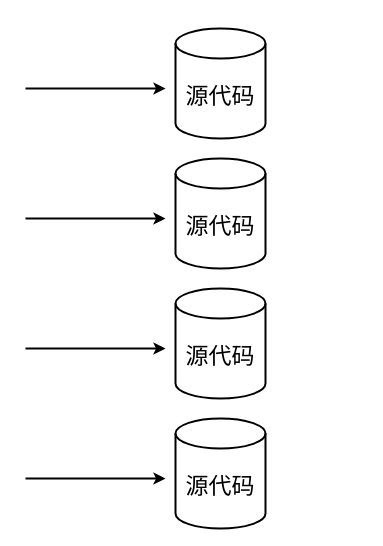
LovenSar/- keeps this draw.io diagram as 软件业务流程图.drawio. Above is the earlier version. Source tidied: cells renumbered, new cells numbered last; positions are measured from the earlier drawing's top-left corner, leaving out a move shared by most shapes. Both pictures are drawn from the tidied source at 100%, with x=0, y=0 at pixel (25, 28).
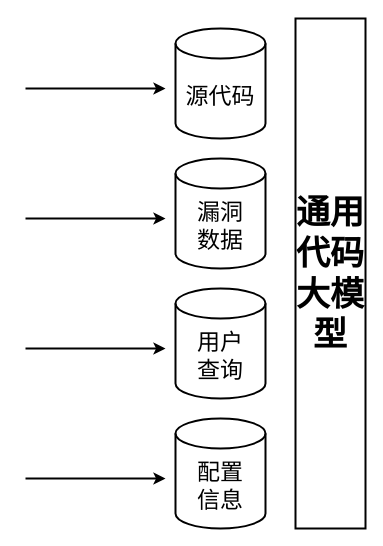
The same page after the edit.

Commit message (it also covers changes not shown here):
更新软件业务流程图.drawio

Change to the diagram source:
```diff
@@
 <mxGraphModel>
   <root>
     <mxCell id="0" />
     <mxCell id="1" parent="0" />
     <mxCell id="2" value="源代码" style="shape=cylinder3;whiteSpace=wrap;html=1;boundedLbl=1;backgroundOutline=1;size=15;strokeWidth=2;fontFamily=宋体;fontSize=23;" parent="1" vertex="1">
       <mxGeometry x="150" width="90" height="110" as="geometry" />
     </mxCell>
     <mxCell id="3" style="endArrow=classic;html=1;rounded=0;strokeWidth=2;" parent="1" edge="1">
       <mxGeometry relative="1" as="geometry">
         <mxPoint y="60" as="sourcePoint" />
         <mxPoint x="140" y="60" as="targetPoint" />
       </mxGeometry>
     </mxCell>
-    <mxCell id="4" value="源代码" style="shape=cylinder3;whiteSpace=wrap;html=1;boundedLbl=1;backgroundOutline=1;size=15;strokeWidth=2;fontFamily=宋体;fontSize=23;" parent="1" vertex="1">
+    <mxCell id="4" value="漏洞&lt;div&gt;数据&lt;/div&gt;" style="shape=cylinder3;whiteSpace=wrap;html=1;boundedLbl=1;backgroundOutline=1;size=15;strokeWidth=2;fontFamily=宋体;fontSize=23;" parent="1" vertex="1">
       <mxGeometry x="150" y="130" width="90" height="110" as="geometry" />
     </mxCell>
     <mxCell id="5" style="endArrow=classic;html=1;rounded=0;strokeWidth=2;" parent="1" edge="1">
       <mxGeometry relative="1" as="geometry">
         <mxPoint y="190" as="sourcePoint" />
         <mxPoint x="140" y="190" as="targetPoint" />
       </mxGeometry>
     </mxCell>
-    <mxCell id="6" value="源代码" style="shape=cylinder3;whiteSpace=wrap;html=1;boundedLbl=1;backgroundOutline=1;size=15;strokeWidth=2;fontFamily=宋体;fontSize=23;" parent="1" vertex="1">
+    <mxCell id="6" value="用户&lt;div&gt;查询&lt;/div&gt;" style="shape=cylinder3;whiteSpace=wrap;html=1;boundedLbl=1;backgroundOutline=1;size=15;strokeWidth=2;fontFamily=宋体;fontSize=23;" parent="1" vertex="1">
       <mxGeometry x="150" y="260" width="90" height="110" as="geometry" />
     </mxCell>
     <mxCell id="7" style="endArrow=classic;html=1;rounded=0;strokeWidth=2;" parent="1" edge="1">
       <mxGeometry relative="1" as="geometry">
         <mxPoint y="320" as="sourcePoint" />
         <mxPoint x="140" y="320" as="targetPoint" />
       </mxGeometry>
     </mxCell>
-    <mxCell id="8" value="源代码" style="shape=cylinder3;whiteSpace=wrap;html=1;boundedLbl=1;backgroundOutline=1;size=15;strokeWidth=2;fontFamily=宋体;fontSize=23;" parent="1" vertex="1">
+    <mxCell id="8" value="配置&lt;div&gt;信息&lt;/div&gt;" style="shape=cylinder3;whiteSpace=wrap;html=1;boundedLbl=1;backgroundOutline=1;size=15;strokeWidth=2;fontFamily=宋体;fontSize=23;" parent="1" vertex="1">
       <mxGeometry x="150" y="390" width="90" height="110" as="geometry" />
     </mxCell>
     <mxCell id="9" style="endArrow=classic;html=1;rounded=0;strokeWidth=2;" parent="1" edge="1">
       <mxGeometry relative="1" as="geometry">
         <mxPoint y="450" as="sourcePoint" />
         <mxPoint x="140" y="450" as="targetPoint" />
       </mxGeometry>
     </mxCell>
+    <mxCell id="10" value="通用代码大模型" style="rounded=0;whiteSpace=wrap;html=1;strokeWidth=2;fillColor=none;fontSize=34;fontFamily=宋体;fontStyle=1;" parent="1" vertex="1">
+      <mxGeometry x="270" y="-10" width="70" height="510" as="geometry" />
+    </mxCell>
   </root>
 </mxGraphModel>
```
